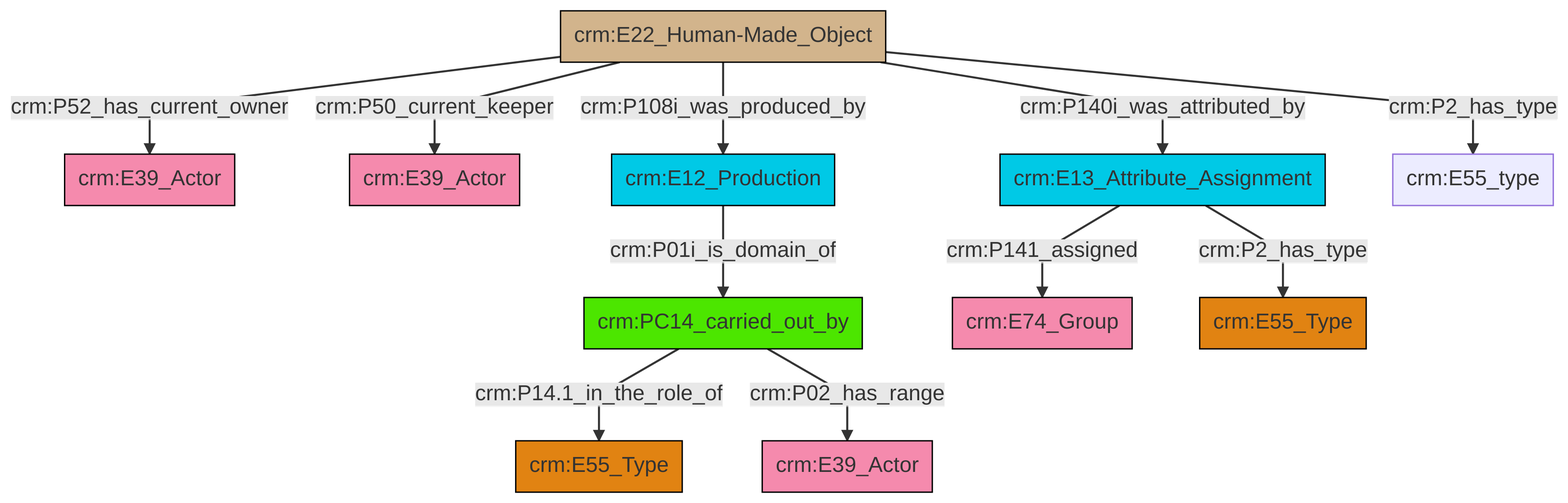
Earlier version of the Mermaid export et/artworkCSV/ttl/mmd/png/Artwork_Actor_Relations.png (swiss-art-research-net/reference-data-models). Its source is kept beside it as et/artworkCSV/ttl/mmd/Artwork_Actor_Relations.ttl.mmd. The source it was exported from:
```mermaid
graph TD
classDef Literal fill:#f2f2f2,stroke:#000000;
classDef CRM_Entity fill:#FFFFFF,stroke:#000000;
classDef Temporal_Entity fill:#00C9E6, stroke:#000000;
classDef Type fill:#E18312, stroke:#000000;
classDef Time-Span fill:#2C9C91, stroke:#000000;
classDef Appellation fill:#FFEB7F, stroke:#000000;
classDef Place fill:#008836, stroke:#000000;
classDef Persistent_Item fill:#B266B2, stroke:#000000;
classDef Conceptual_Object fill:#FFD700, stroke:#000000;
classDef Physical_Thing fill:#D2B48C, stroke:#000000;
classDef Actor fill:#f58aad, stroke:#000000;
classDef PC_Classes fill:#4ce600, stroke:#000000;
classDef Multi fill:#cccccc,stroke:#000000;

2["crm:E22_Human-Made_Object"]:::Physical_Thing -->|crm:P52_has_current_owner| 3["crm:E39_Actor"]:::Actor
8["crm:PC14_carried_out_by"]:::PC_Classes -->|crm:P14.1_in_the_role_of| 0["crm:E55_Type"]:::Type
2["crm:E22_Human-Made_Object"]:::Physical_Thing -->|crm:P108i_was_produced_by| 9["crm:E12_Production"]:::Temporal_Entity
2["crm:E22_Human-Made_Object"]:::Physical_Thing -->|crm:P2_has_type| 16["crm:E55_type"]:::Default
2["crm:E22_Human-Made_Object"]:::Physical_Thing -->|crm:P140i_was_attributed_by| 12["crm:E13_Attribute_Assignment"]:::Temporal_Entity
9["crm:E12_Production"]:::Temporal_Entity -->|crm:P01i_is_domain_of| 8["crm:PC14_carried_out_by"]:::PC_Classes
12["crm:E13_Attribute_Assignment"]:::Temporal_Entity -->|crm:P2_has_type| 18["crm:E55_Type"]:::Type
8["crm:PC14_carried_out_by"]:::PC_Classes -->|crm:P02_has_range| 6["crm:E39_Actor"]:::Actor
12["crm:E13_Attribute_Assignment"]:::Temporal_Entity -->|crm:P141_assigned| 10["crm:E74_Group"]:::Actor
2["crm:E22_Human-Made_Object"]:::Physical_Thing -->|crm:P50_current_keeper| 4["crm:E39_Actor"]:::Actor
```
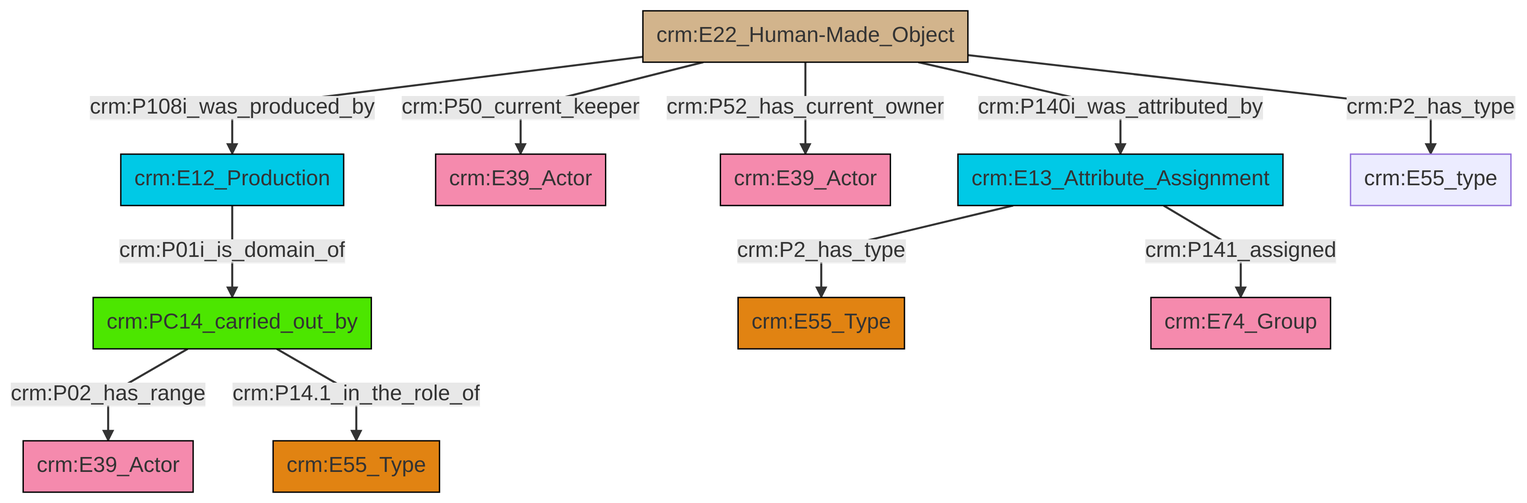
Later version of the same file.

The edit, as a diff of the source:
```diff
@@ -13,13 +13,13 @@
 classDef PC_Classes fill:#4ce600, stroke:#000000;
 classDef Multi fill:#cccccc,stroke:#000000;
 
-2["crm:E22_Human-Made_Object"]:::Physical_Thing -->|crm:P52_has_current_owner| 3["crm:E39_Actor"]:::Actor
-8["crm:PC14_carried_out_by"]:::PC_Classes -->|crm:P14.1_in_the_role_of| 0["crm:E55_Type"]:::Type
-2["crm:E22_Human-Made_Object"]:::Physical_Thing -->|crm:P108i_was_produced_by| 9["crm:E12_Production"]:::Temporal_Entity
-2["crm:E22_Human-Made_Object"]:::Physical_Thing -->|crm:P2_has_type| 16["crm:E55_type"]:::Default
-2["crm:E22_Human-Made_Object"]:::Physical_Thing -->|crm:P140i_was_attributed_by| 12["crm:E13_Attribute_Assignment"]:::Temporal_Entity
-9["crm:E12_Production"]:::Temporal_Entity -->|crm:P01i_is_domain_of| 8["crm:PC14_carried_out_by"]:::PC_Classes
-12["crm:E13_Attribute_Assignment"]:::Temporal_Entity -->|crm:P2_has_type| 18["crm:E55_Type"]:::Type
-8["crm:PC14_carried_out_by"]:::PC_Classes -->|crm:P02_has_range| 6["crm:E39_Actor"]:::Actor
-12["crm:E13_Attribute_Assignment"]:::Temporal_Entity -->|crm:P141_assigned| 10["crm:E74_Group"]:::Actor
-2["crm:E22_Human-Made_Object"]:::Physical_Thing -->|crm:P50_current_keeper| 4["crm:E39_Actor"]:::Actor
+0["crm:E22_Human-Made_Object"]:::Physical_Thing -->|crm:P108i_was_produced_by| 1["crm:E12_Production"]:::Temporal_Entity
+6["crm:PC14_carried_out_by"]:::PC_Classes -->|crm:P02_has_range| 7["crm:E39_Actor"]:::Actor
+9["crm:E13_Attribute_Assignment"]:::Temporal_Entity -->|crm:P2_has_type| 4["crm:E55_Type"]:::Type
+0["crm:E22_Human-Made_Object"]:::Physical_Thing -->|crm:P50_current_keeper| 10["crm:E39_Actor"]:::Actor
+6["crm:PC14_carried_out_by"]:::PC_Classes -->|crm:P14.1_in_the_role_of| 14["crm:E55_Type"]:::Type
+0["crm:E22_Human-Made_Object"]:::Physical_Thing -->|crm:P52_has_current_owner| 2["crm:E39_Actor"]:::Actor
+1["crm:E12_Production"]:::Temporal_Entity -->|crm:P01i_is_domain_of| 6["crm:PC14_carried_out_by"]:::PC_Classes
+9["crm:E13_Attribute_Assignment"]:::Temporal_Entity -->|crm:P141_assigned| 16["crm:E74_Group"]:::Actor
+0["crm:E22_Human-Made_Object"]:::Physical_Thing -->|crm:P140i_was_attributed_by| 9["crm:E13_Attribute_Assignment"]:::Temporal_Entity
+0["crm:E22_Human-Made_Object"]:::Physical_Thing -->|crm:P2_has_type| 11["crm:E55_type"]:::Default
```
